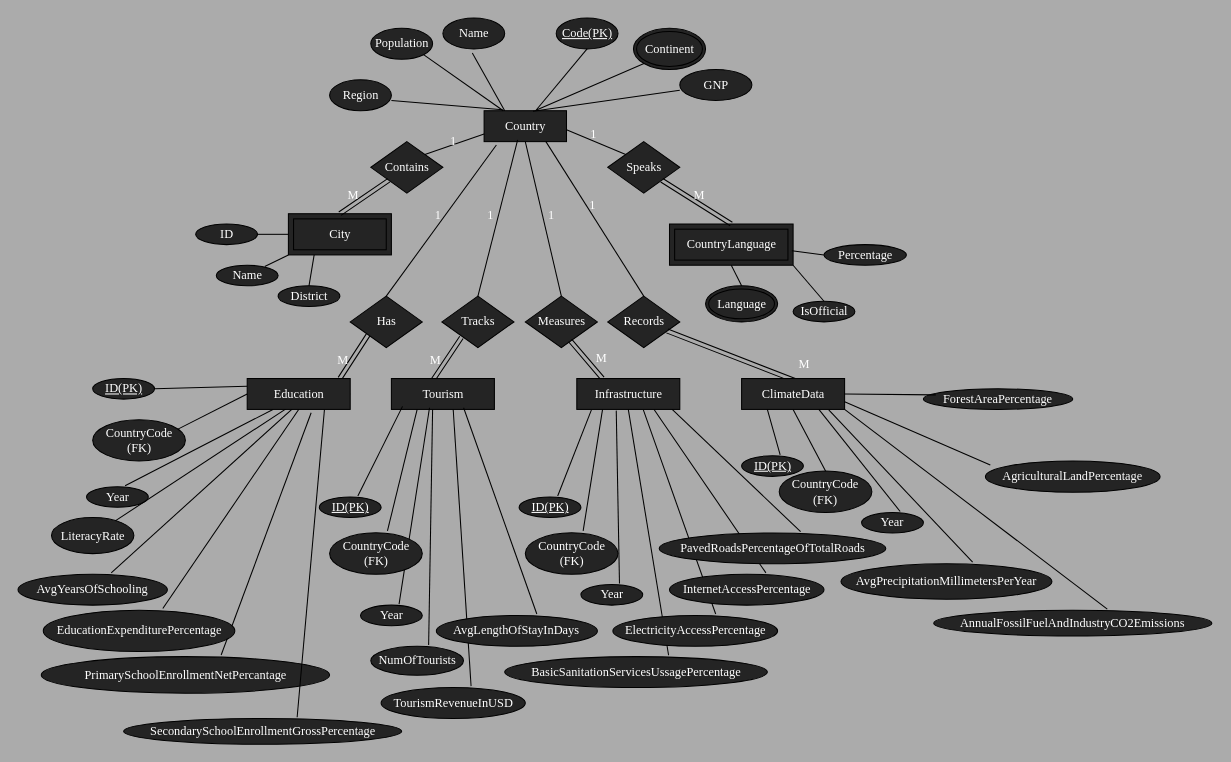
Earlier version of the draw.io diagram ERdiagram.drawio (SMaready/SQL-Project). Source tidied: cells renumbered, new cells numbered last; positions are measured from the earlier drawing's top-left corner, leaving out a move shared by most shapes. Both pictures are drawn from the tidied source at 103%, with x=0, y=0 at pixel (18, 18).
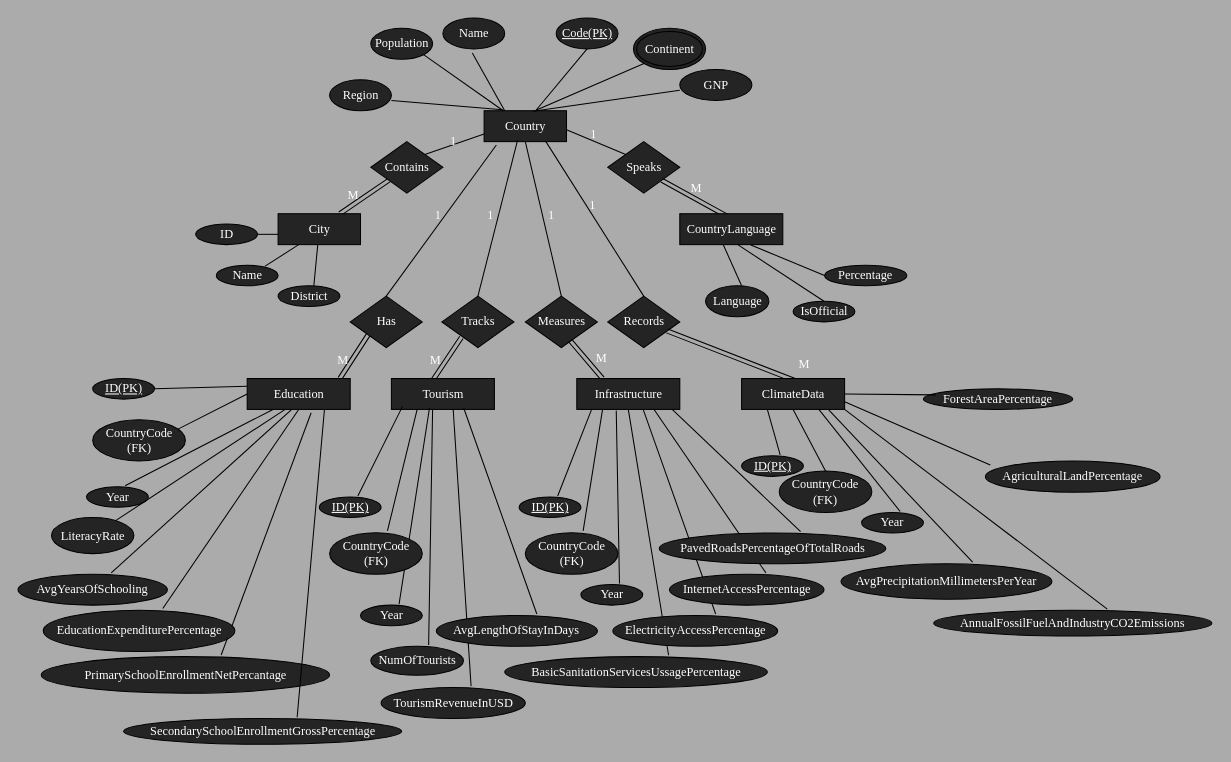
The same page after the edit.

Commit message:
correct er diagram

The change refers to these unchanged cells:
```xml
<mxCell id="17" value="Contains" style="shape=rhombus;perimeter=rhombusPerimeter;whiteSpace=wrap;html=1;align=center;fontColor=#FFFFFF;fillColor=#242424;fontFamily=Times New Roman;" parent="1" vertex="1">
  <mxGeometry x="342.5" y="120" width="70" height="50" as="geometry" />
</mxCell>
<mxCell id="18" value="Speaks" style="shape=rhombus;perimeter=rhombusPerimeter;whiteSpace=wrap;html=1;align=center;fontColor=#FFFFFF;fillColor=#242424;fontFamily=Times New Roman;" parent="1" vertex="1">
  <mxGeometry x="572.5" y="120" width="70" height="50" as="geometry" />
</mxCell>
<mxCell id="51" value="ID" style="ellipse;whiteSpace=wrap;html=1;align=center;fontColor=#FFFFFF;fillColor=#242424;fontFamily=Times New Roman;" parent="1" vertex="1">
  <mxGeometry x="172.5" y="200" width="60" height="20" as="geometry" />
</mxCell>
<mxCell id="52" value="Name" style="ellipse;whiteSpace=wrap;html=1;align=center;fontColor=#FFFFFF;fillColor=#242424;fontFamily=Times New Roman;" parent="1" vertex="1">
  <mxGeometry x="192.5" y="240" width="60" height="20" as="geometry" />
</mxCell>
<mxCell id="53" value="District" style="ellipse;whiteSpace=wrap;html=1;align=center;fontColor=#FFFFFF;fillColor=#242424;fontFamily=Times New Roman;" parent="1" vertex="1">
  <mxGeometry x="252.5" y="260" width="60" height="20" as="geometry" />
</mxCell>
<mxCell id="57" value="IsOfficial" style="ellipse;whiteSpace=wrap;html=1;align=center;fontColor=#FFFFFF;fillColor=#242424;fontFamily=Times New Roman;" parent="1" vertex="1">
  <mxGeometry x="752.5" y="275" width="60" height="20" as="geometry" />
</mxCell>
```

Diff of the diagram source:
```diff
@@
-<mxGraphModel background="#ABABAB">
+<mxGraphModel background="light-dark(#ABABAB,#828282)">
@@
-    <mxCell id="7" value="City" style="shape=ext;margin=3;double=1;whiteSpace=wrap;html=1;align=center;fontColor=#FFFFFF;fillColor=#242424;fontFamily=Times New Roman;" parent="1" vertex="1">
-      <mxGeometry x="262.5" y="190" width="100" height="40" as="geometry" />
-    </mxCell>
-    <mxCell id="8" value="CountryLanguage" style="shape=ext;margin=3;double=1;whiteSpace=wrap;html=1;align=center;fontColor=#FFFFFF;fillColor=#242424;fontFamily=Times New Roman;" parent="1" vertex="1">
-      <mxGeometry x="632.5" y="200" width="120" height="40" as="geometry" />
-    </mxCell>
@@
-    <mxCell id="20" style="shape=link;html=1;rounded=0;exitX=1;exitY=1;exitDx=0;exitDy=0;entryX=0.5;entryY=0;entryDx=0;entryDy=0;fontColor=#FFFFFF;fillColor=#242424;fontFamily=Times New Roman;" parent="1" edge="1" source="18" target="8">
+    <mxCell id="20" style="shape=link;html=1;rounded=0;exitX=1;exitY=1;exitDx=0;exitDy=0;entryX=0.471;entryY=0.104;entryDx=0;entryDy=0;fontColor=#FFFFFF;fillColor=#242424;fontFamily=Times New Roman;entryPerimeter=0;" parent="1" edge="1" source="18" target="8">
       <mxGeometry relative="1" as="geometry" />
     </mxCell>
@@
-    <mxCell id="24" style="shape=link;html=1;rounded=0;exitX=0;exitY=1;exitDx=0;exitDy=0;entryX=0.5;entryY=0;entryDx=0;entryDy=0;fontColor=#FFFFFF;fillColor=#242424;fontFamily=Times New Roman;" parent="1" edge="1" source="17" target="7">
-      <mxGeometry relative="1" as="geometry" />
+    <mxCell id="24" style="shape=link;html=1;rounded=0;exitX=0;exitY=1;exitDx=0;exitDy=0;entryX=0.5;entryY=0;entryDx=0;entryDy=0;fontColor=#FFFFFF;fillColor=#242424;fontFamily=Times New Roman;" parent="1" edge="1" source="17">
+      <mxGeometry relative="1" as="geometry">
+        <mxPoint x="312.5" y="190" as="targetPoint" />
+      </mxGeometry>
     </mxCell>
@@
-    <mxCell id="50" style="edgeStyle=orthogonalEdgeStyle;rounded=0;jettySize=auto;html=1;exitX=1;exitY=0.5;exitDx=0;exitDy=0;entryX=0;entryY=0.5;entryDx=0;entryDy=0;endArrow=none;endFill=0;fontColor=#FFFFFF;fillColor=#242424;fontFamily=Times New Roman;" parent="1" edge="1" source="51" target="7">
-      <mxGeometry relative="1" as="geometry" />
+    <mxCell id="50" style="edgeStyle=orthogonalEdgeStyle;rounded=0;jettySize=auto;html=1;exitX=1;exitY=0.5;exitDx=0;exitDy=0;entryX=0;entryY=0.5;entryDx=0;entryDy=0;endArrow=none;endFill=0;fontColor=#FFFFFF;fillColor=#242424;fontFamily=Times New Roman;" parent="1" edge="1" source="51">
+      <mxGeometry relative="1" as="geometry">
+        <mxPoint x="262.5" y="210" as="targetPoint" />
+      </mxGeometry>
     </mxCell>
@@
-    <mxCell id="54" style="endArrow=none;html=1;rounded=0;exitX=0.784;exitY=0.059;exitDx=0;exitDy=0;exitPerimeter=0;entryX=0;entryY=1;entryDx=0;entryDy=0;fontColor=#FFFFFF;fillColor=#242424;fontFamily=Times New Roman;" parent="1" edge="1" source="52" target="7">
+    <mxCell id="54" style="endArrow=none;html=1;rounded=0;exitX=0.784;exitY=0.059;exitDx=0;exitDy=0;exitPerimeter=0;entryX=0.25;entryY=1;entryDx=0;entryDy=0;fontColor=#FFFFFF;fillColor=#242424;fontFamily=Times New Roman;" parent="1" edge="1" source="52" target="7">
       <mxGeometry relative="1" as="geometry" />
     </mxCell>
-    <mxCell id="55" style="endArrow=none;html=1;rounded=0;exitX=0.5;exitY=0;exitDx=0;exitDy=0;entryX=0.25;entryY=1;entryDx=0;entryDy=0;fontColor=#FFFFFF;fillColor=#242424;fontFamily=Times New Roman;" parent="1" edge="1" source="53" target="7">
-      <mxGeometry relative="1" as="geometry" />
-    </mxCell>
-    <mxCell id="56" value="Language" style="ellipse;shape=doubleEllipse;margin=3;whiteSpace=wrap;html=1;align=center;fontColor=#FFFFFF;fillColor=#242424;fontFamily=Times New Roman;" parent="1" vertex="1">
-      <mxGeometry x="667.5" y="260" width="70" height="35" as="geometry" />
-    </mxCell>
@@
     <mxCell id="58" value="Percentage" style="ellipse;whiteSpace=wrap;html=1;align=center;fontColor=#FFFFFF;fillColor=#242424;fontFamily=Times New Roman;" parent="1" vertex="1">
-      <mxGeometry x="782.5" y="220" width="80" height="20" as="geometry" />
+      <mxGeometry x="783" y="240" width="80" height="20" as="geometry" />
     </mxCell>
-    <mxCell id="59" style="endArrow=none;html=1;rounded=0;entryX=0.5;entryY=1;entryDx=0;entryDy=0;exitX=0.5;exitY=0;exitDx=0;exitDy=0;fontColor=#FFFFFF;fillColor=#242424;fontFamily=Times New Roman;" parent="1" edge="1" source="56" target="8">
-      <mxGeometry relative="1" as="geometry" />
+    <mxCell id="59" style="endArrow=none;html=1;rounded=0;entryX=0.405;entryY=0.874;entryDx=0;entryDy=0;exitX=0.5;exitY=0;exitDx=0;exitDy=0;fontColor=#FFFFFF;fillColor=#242424;fontFamily=Times New Roman;entryPerimeter=0;" parent="1" edge="1" target="8">
+      <mxGeometry relative="1" as="geometry">
+        <mxPoint x="702.5" y="260" as="sourcePoint" />
+      </mxGeometry>
     </mxCell>
-    <mxCell id="60" style="endArrow=none;html=1;rounded=0;entryX=1;entryY=1;entryDx=0;entryDy=0;exitX=0.5;exitY=0;exitDx=0;exitDy=0;fontColor=#FFFFFF;fillColor=#242424;fontFamily=Times New Roman;" parent="1" edge="1" source="57" target="8">
+    <mxCell id="60" style="endArrow=none;html=1;rounded=0;entryX=0.559;entryY=0.993;entryDx=0;entryDy=0;exitX=0.5;exitY=0;exitDx=0;exitDy=0;fontColor=#FFFFFF;fillColor=#242424;fontFamily=Times New Roman;entryPerimeter=0;" parent="1" edge="1" source="57" target="8">
       <mxGeometry relative="1" as="geometry" />
     </mxCell>
-    <mxCell id="61" style="endArrow=none;html=1;rounded=0;entryX=0.99;entryY=0.65;entryDx=0;entryDy=0;exitX=0;exitY=0.5;exitDx=0;exitDy=0;entryPerimeter=0;fontColor=#FFFFFF;fillColor=#242424;fontFamily=Times New Roman;" parent="1" edge="1" source="58" target="8">
+    <mxCell id="61" style="endArrow=none;html=1;rounded=0;entryX=0.689;entryY=1.01;entryDx=0;entryDy=0;exitX=0;exitY=0.5;exitDx=0;exitDy=0;entryPerimeter=0;fontColor=#FFFFFF;fillColor=#242424;fontFamily=Times New Roman;" parent="1" edge="1" source="58" target="8">
       <mxGeometry relative="1" as="geometry" />
     </mxCell>
@@
+    <mxCell id="8" value="CountryLanguage" style="whiteSpace=wrap;html=1;align=center;fontColor=#FFFFFF;fillColor=#242424;fontFamily=Times New Roman;" parent="1" vertex="1">
+      <mxGeometry x="642.5" y="190" width="100" height="30" as="geometry" />
+    </mxCell>
+    <mxCell id="56" value="Language" style="ellipse;whiteSpace=wrap;html=1;align=center;fontColor=#FFFFFF;fillColor=#242424;fontFamily=Times New Roman;" parent="1" vertex="1">
+      <mxGeometry x="667.5" y="260" width="61.5" height="30" as="geometry" />
+    </mxCell>
+    <mxCell id="7" value="City" style="rounded=0;whiteSpace=wrap;html=1;fontColor=#FFFFFF;fillColor=#242424;fontFamily=Times New Roman;" parent="1" vertex="1">
+      <mxGeometry x="252.5" y="190" width="80" height="30" as="geometry" />
+    </mxCell>
+    <mxCell id="120" style="endArrow=none;html=1;rounded=0;exitX=0.578;exitY=0.006;exitDx=0;exitDy=0;exitPerimeter=0;entryX=0.25;entryY=1;entryDx=0;entryDy=0;fontColor=#FFFFFF;fillColor=#242424;fontFamily=Times New Roman;" parent="1" edge="1" source="53">
+      <mxGeometry relative="1" as="geometry">
+        <mxPoint x="291" y="220" as="targetPoint" />
+      </mxGeometry>
+    </mxCell>
```
